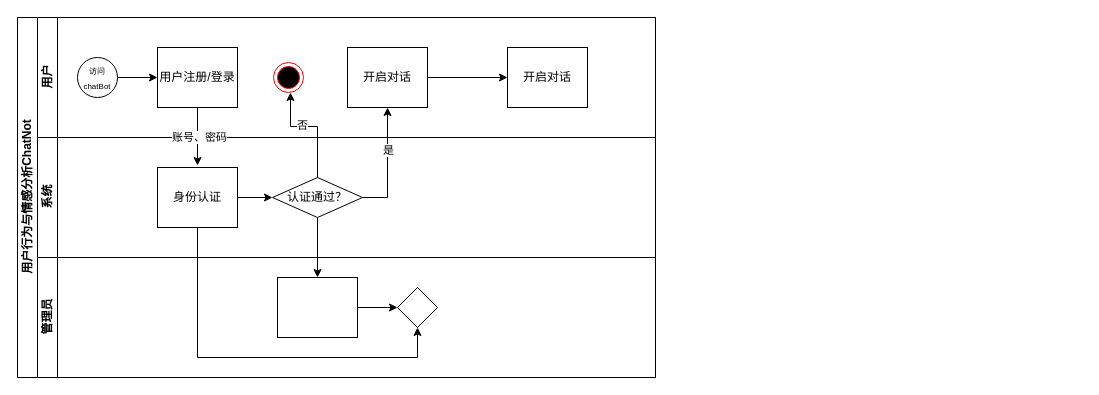
The draw.io diagram 未命名绘图.drawio in ndsoi/miniprograms, before the edit. Source tidied: cells renumbered, new cells numbered last; positions are measured from the earlier drawing's top-left corner, leaving out a move shared by most shapes. Both pictures are drawn from the tidied source at 100%, with x=0, y=0 at pixel (17, 17).
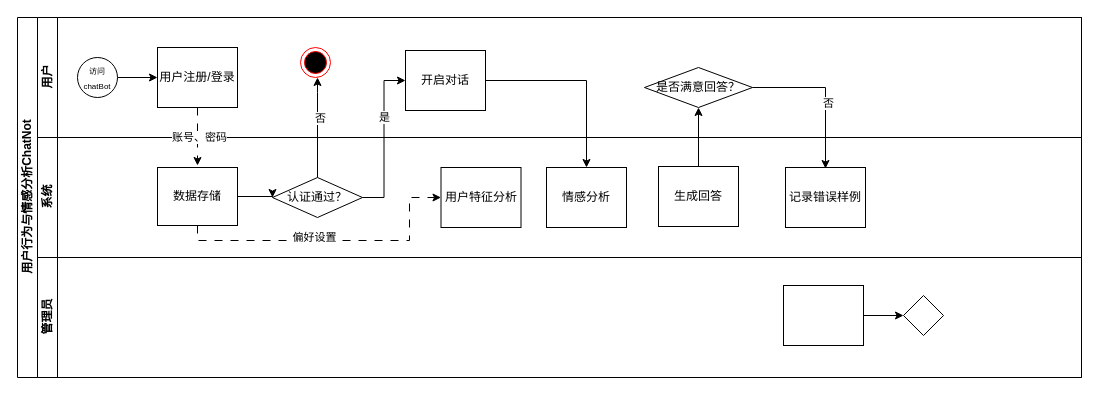
The same diagram, later.

The change refers to these unchanged cells:
```xml
<mxCell id="8" value="用户注册/登录" style="rounded=0;whiteSpace=wrap;html=1;fontFamily=Helvetica;fontSize=12;fontColor=#000000;align=center;" parent="5" vertex="1">
  <mxGeometry x="120" y="30" width="80" height="60" as="geometry" />
</mxCell>
<mxCell id="15" value="认证通过？" style="rhombus;whiteSpace=wrap;html=1;fontFamily=Helvetica;fontSize=12;fontColor=#000000;align=center;" parent="13" vertex="1">
  <mxGeometry x="235" y="40" width="90" height="40" as="geometry" />
</mxCell>
```

Change to the diagram source:
```diff
@@
     <mxCell id="2" value="用户行为与情感分析ChatNot" style="swimlane;html=1;horizontal=0;startSize=20;" parent="1" vertex="1">
-      <mxGeometry width="638" height="360" as="geometry" />
+      <mxGeometry width="1064" height="360" as="geometry" />
     </mxCell>
-    <mxCell id="3" style="edgeStyle=orthogonalEdgeStyle;rounded=0;jettySize=auto;html=1;endArrow=classic;endFill=1;" parent="2" edge="1" source="15" target="21">
-      <mxGeometry relative="1" as="geometry" />
-    </mxCell>
-    <mxCell id="4" style="edgeStyle=orthogonalEdgeStyle;rounded=0;jettySize=auto;html=1;endArrow=classic;endFill=1;" parent="2" edge="1" source="14" target="22">
-      <mxGeometry relative="1" as="geometry">
-        <Array as="points">
-          <mxPoint x="180" y="340" />
-          <mxPoint x="400" y="340" />
-        </Array>
-      </mxGeometry>
-    </mxCell>
     <mxCell id="5" value="用户" style="swimlane;html=1;startSize=20;horizontal=0;" parent="2" vertex="1">
-      <mxGeometry x="20" width="618" height="120" as="geometry" />
+      <mxGeometry x="20" width="1044" height="120" as="geometry" />
     </mxCell>
@@
-    <mxCell id="9" style="edgeStyle=orthogonalEdgeStyle;rounded=0;jettySize=auto;html=1;" parent="5" edge="1" source="10" target="12">
-      <mxGeometry relative="1" as="geometry" />
-    </mxCell>
     <mxCell id="10" value="开启对话" style="rounded=0;whiteSpace=wrap;html=1;fontFamily=Helvetica;fontSize=12;fontColor=#000000;align=center;" parent="5" vertex="1">
-      <mxGeometry x="310" y="30" width="80" height="60" as="geometry" />
+      <mxGeometry x="368" y="33" width="80" height="60" as="geometry" />
     </mxCell>
     <mxCell id="11" style="ellipse;html=1;shape=endState;fillColor=#000000;strokeColor=#ff0000;" parent="5" vertex="1">
-      <mxGeometry x="236" y="45" width="30" height="30" as="geometry" />
+      <mxGeometry x="263" y="30" width="30" height="30" as="geometry" />
     </mxCell>
-    <mxCell id="12" value="开启对话" style="rounded=0;whiteSpace=wrap;html=1;fontFamily=Helvetica;fontSize=12;fontColor=#000000;align=center;" parent="5" vertex="1">
-      <mxGeometry x="470" y="30" width="80" height="60" as="geometry" />
-    </mxCell>
+    <mxCell id="27" value="是否满意回答？" style="rhombus;whiteSpace=wrap;html=1;fontFamily=Helvetica;fontSize=12;fontColor=#000000;align=center;" parent="5" vertex="1">
+      <mxGeometry x="607" y="50" width="108" height="40" as="geometry" />
+    </mxCell>
     <mxCell id="13" value="系统" style="swimlane;html=1;startSize=20;horizontal=0;" parent="2" vertex="1">
-      <mxGeometry x="20" y="120" width="618" height="120" as="geometry" />
+      <mxGeometry x="20" y="120" width="1044" height="120" as="geometry" />
     </mxCell>
+    <mxCell id="28" style="edgeStyle=orthogonalEdgeStyle;rounded=0;jettySize=auto;html=1;exitX=0.5;exitY=1;exitDx=0;exitDy=0;dashed=1;dashPattern=8 8;" parent="13" edge="1" source="14" target="30">
+      <mxGeometry relative="1" as="geometry">
+        <Array as="points">
+          <mxPoint x="160" y="103" />
+          <mxPoint x="372" y="103" />
+          <mxPoint x="372" y="60" />
+        </Array>
+      </mxGeometry>
+    </mxCell>
+    <mxCell id="29" value="偏好设置" style="edgeLabel;html=1;align=center;verticalAlign=middle;" parent="28" vertex="1">
+      <mxGeometry x="-0.13" y="4" relative="1" as="geometry" />
+    </mxCell>
-    <mxCell id="14" value="身份认证" style="rounded=0;whiteSpace=wrap;html=1;fontFamily=Helvetica;fontSize=12;fontColor=#000000;align=center;" parent="13" vertex="1">
-      <mxGeometry x="120" y="30" width="80" height="60" as="geometry" />
+    <mxCell id="14" value="数据存储" style="rounded=0;whiteSpace=wrap;html=1;fontFamily=Helvetica;fontSize=12;fontColor=#000000;align=center;" parent="13" vertex="1">
+      <mxGeometry x="120" y="30" width="80" height="58" as="geometry" />
     </mxCell>
@@
-    <mxCell id="16" style="edgeStyle=orthogonalEdgeStyle;rounded=0;jettySize=auto;html=1;endArrow=classic;endFill=1;exitX=0.5;exitY=1;exitDx=0;exitDy=0;" parent="13" edge="1" source="8">
+    <mxCell id="16" style="edgeStyle=orthogonalEdgeStyle;rounded=0;jettySize=auto;html=1;endArrow=classic;endFill=1;exitX=0.5;exitY=1;exitDx=0;exitDy=0;dashed=1;dashPattern=8 8;" parent="13" edge="1" source="8">
       <mxGeometry relative="1" as="geometry">
         <mxPoint x="160" y="28" as="targetPoint" />
       </mxGeometry>
     </mxCell>
@@
+    <mxCell id="30" value="用户特征分析" style="rounded=0;whiteSpace=wrap;html=1;fontFamily=Helvetica;fontSize=12;fontColor=#000000;align=center;" parent="13" vertex="1">
+      <mxGeometry x="403.5" y="30" width="80" height="60" as="geometry" />
+    </mxCell>
+    <mxCell id="31" value="情感分析" style="rounded=0;whiteSpace=wrap;html=1;fontFamily=Helvetica;fontSize=12;fontColor=#000000;align=center;" parent="13" vertex="1">
+      <mxGeometry x="509" y="30" width="80" height="60" as="geometry" />
+    </mxCell>
+    <mxCell id="32" value="生成回答" style="rounded=0;whiteSpace=wrap;html=1;fontFamily=Helvetica;fontSize=12;fontColor=#000000;align=center;" parent="13" vertex="1">
+      <mxGeometry x="621" y="29" width="80" height="60" as="geometry" />
+    </mxCell>
+    <mxCell id="33" value="记录错误样例" style="rounded=0;whiteSpace=wrap;html=1;fontFamily=Helvetica;fontSize=12;fontColor=#000000;align=center;" parent="13" vertex="1">
+      <mxGeometry x="748" y="30" width="80" height="60" as="geometry" />
+    </mxCell>
     <mxCell id="19" value="管理员" style="swimlane;html=1;startSize=20;horizontal=0;" parent="2" vertex="1">
-      <mxGeometry x="20" y="240" width="618" height="120" as="geometry" />
+      <mxGeometry x="20" y="240" width="1044" height="120" as="geometry" />
     </mxCell>
@@
     <mxCell id="21" style="rounded=0;whiteSpace=wrap;html=1;fontFamily=Helvetica;fontSize=12;fontColor=#000000;align=center;" parent="19" vertex="1">
-      <mxGeometry x="240" y="20" width="80" height="60" as="geometry" />
+      <mxGeometry x="746" y="28" width="80" height="60" as="geometry" />
     </mxCell>
     <mxCell id="22" style="rhombus;whiteSpace=wrap;html=1;fontFamily=Helvetica;fontSize=12;fontColor=#000000;align=center;" parent="19" vertex="1">
-      <mxGeometry x="360" y="30" width="40" height="40" as="geometry" />
+      <mxGeometry x="866" y="38" width="40" height="40" as="geometry" />
     </mxCell>
     <mxCell id="23" style="edgeStyle=orthogonalEdgeStyle;rounded=0;jettySize=auto;html=1;entryX=0.567;entryY=1;entryDx=0;entryDy=0;entryPerimeter=0;" parent="2" edge="1" source="15" target="11">
       <mxGeometry relative="1" as="geometry">
         <Array as="points">
-          <mxPoint x="300" y="109" />
-          <mxPoint x="273" y="109" />
+          <mxPoint x="300" y="75" />
         </Array>
       </mxGeometry>
     </mxCell>
@@
-    <mxCell id="25" style="edgeStyle=orthogonalEdgeStyle;rounded=0;jettySize=auto;html=1;exitX=1;exitY=0.5;exitDx=0;exitDy=0;entryX=0.5;entryY=1;entryDx=0;entryDy=0;" parent="2" edge="1" source="15" target="10">
+    <mxCell id="25" style="edgeStyle=orthogonalEdgeStyle;rounded=0;jettySize=auto;html=1;exitX=1;exitY=0.5;exitDx=0;exitDy=0;entryX=0;entryY=0.5;entryDx=0;entryDy=0;" parent="2" edge="1" source="15" target="10">
       <mxGeometry relative="1" as="geometry" />
     </mxCell>
@@
+    <mxCell id="34" style="edgeStyle=orthogonalEdgeStyle;rounded=0;jettySize=auto;html=1;exitX=1;exitY=0.5;exitDx=0;exitDy=0;entryX=0.5;entryY=0;entryDx=0;entryDy=0;" parent="2" edge="1" source="10" target="31">
+      <mxGeometry relative="1" as="geometry" />
+    </mxCell>
+    <mxCell id="35" style="edgeStyle=orthogonalEdgeStyle;rounded=0;jettySize=auto;html=1;exitX=0.5;exitY=0;exitDx=0;exitDy=0;entryX=0.5;entryY=1;entryDx=0;entryDy=0;" parent="2" edge="1" source="32" target="27">
+      <mxGeometry relative="1" as="geometry" />
+    </mxCell>
+    <mxCell id="36" style="edgeStyle=orthogonalEdgeStyle;rounded=0;jettySize=auto;html=1;entryX=0.5;entryY=0.017;entryDx=0;entryDy=0;entryPerimeter=0;" parent="2" edge="1" source="27" target="33">
+      <mxGeometry relative="1" as="geometry" />
+    </mxCell>
+    <mxCell id="37" value="否" style="edgeLabel;html=1;align=center;verticalAlign=middle;" parent="36" vertex="1">
+      <mxGeometry x="0.14" y="2" relative="1" as="geometry" />
+    </mxCell>
```
